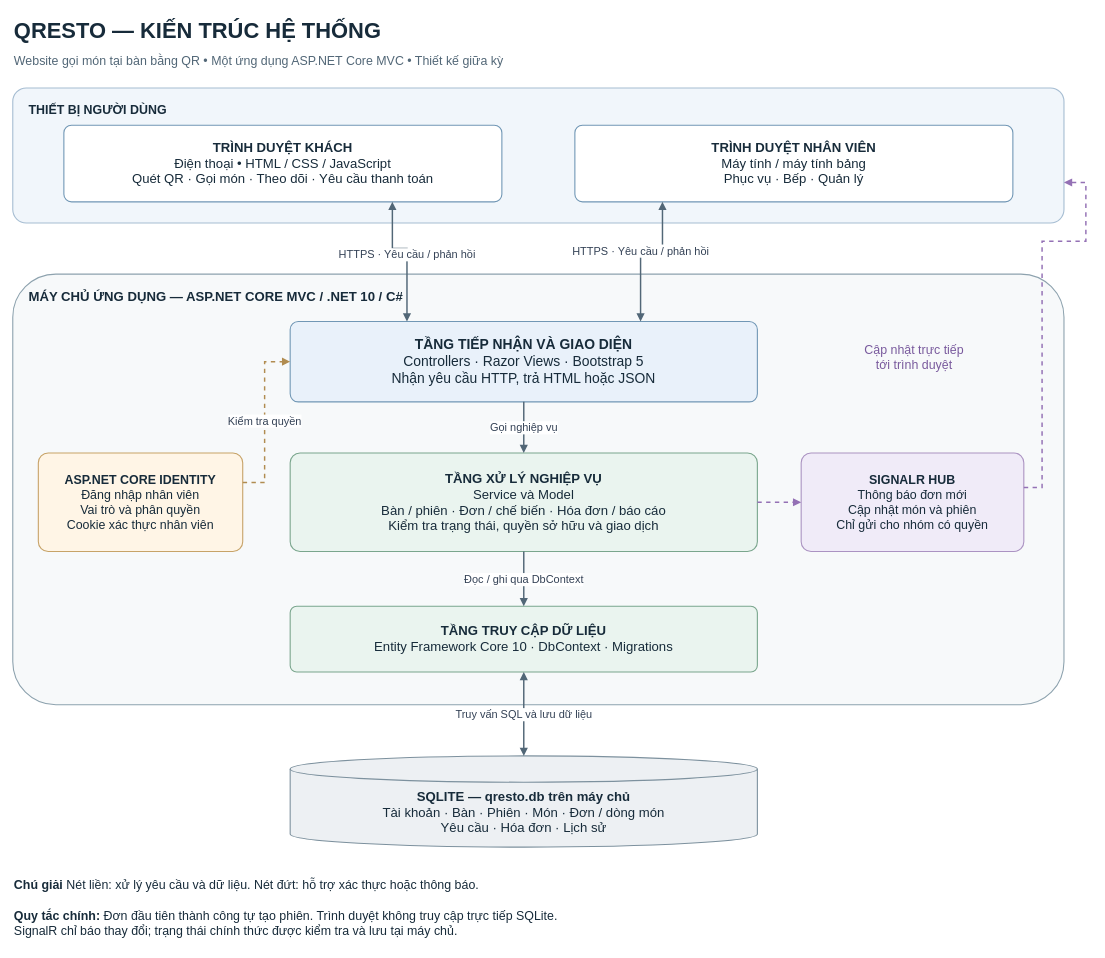
The draw.io diagram docs/giua-ky/so-do/Qresto_Kien_Truc_He_Thong.drawio in Duy26112006/Qresto, before the edit. Source tidied: cells renumbered, new cells numbered last; positions are measured from the earlier drawing's top-left corner, leaving out a move shared by most shapes. Both pictures are drawn from the tidied source at 73%, with x=0, y=0 at pixel (12, 12).
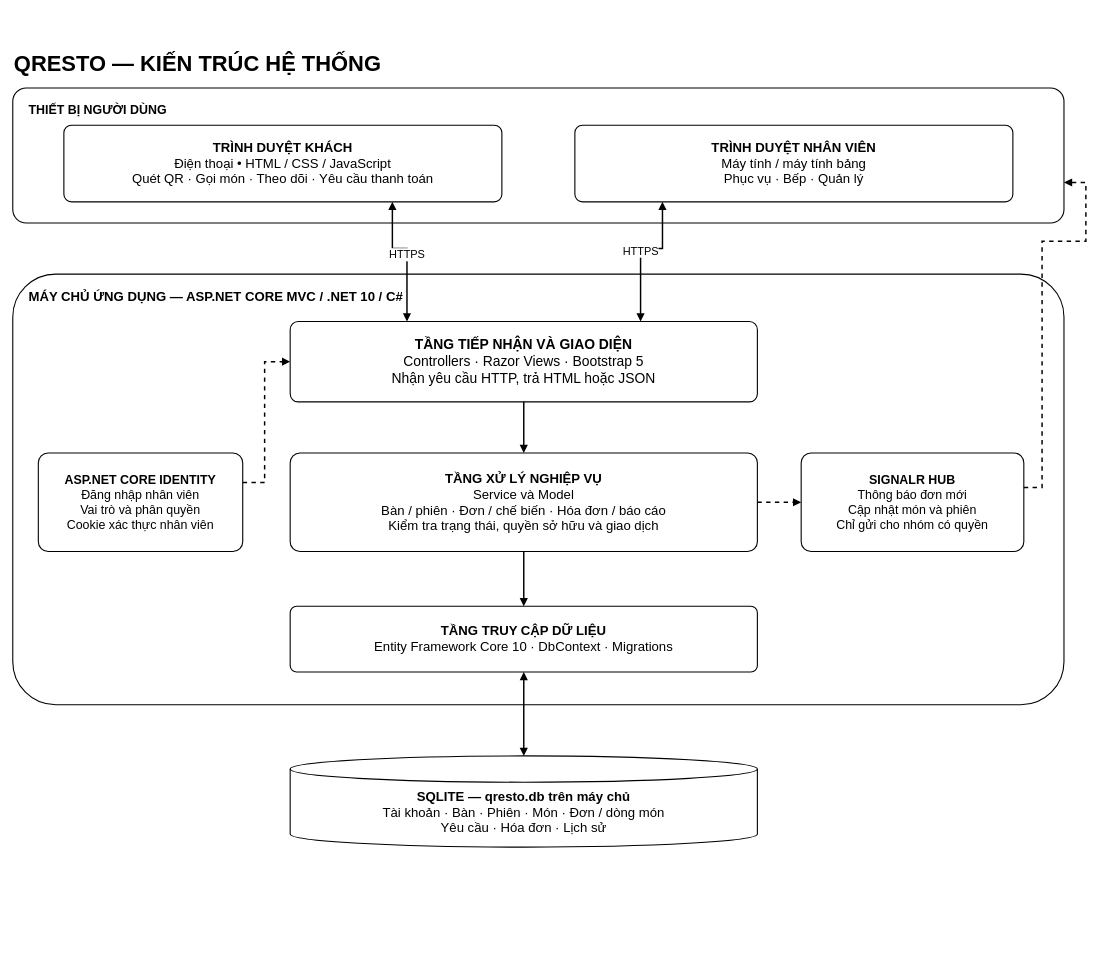
After the change.

What changed in the source:
```diff
@@
-<mxGraphModel>
+<mxGraphModel background="#ffffff">
@@
-    <mxCell id="2" value="&lt;b&gt;QRESTO — KIẾN TRÚC HỆ THỐNG&lt;/b&gt;" style="rounded=1;whiteSpace=wrap;html=1;fontFamily=Arial;fontSize=19;fontColor=#172B3A;strokeWidth=1.5;arcSize=10;fillColor=none;strokeColor=none;fontSize=30;align=left;" parent="1" vertex="1">
-      <mxGeometry width="1440" height="48" as="geometry" />
+    <mxCell id="2" value="&lt;b&gt;QRESTO — KIẾN TRÚC HỆ THỐNG&lt;/b&gt;" style="rounded=1;whiteSpace=wrap;html=1;fontFamily=Arial;fontSize=19;fontColor=#000000;strokeWidth=1.5;arcSize=10;fillColor=none;strokeColor=none;fontSize=30;align=left;" parent="1" vertex="1">
+      <mxGeometry y="45" width="1440" height="48" as="geometry" />
     </mxCell>
-    <mxCell id="3" value="Website gọi món tại bàn bằng QR • Một ứng dụng ASP.NET Core MVC • Thiết kế giữa kỳ" style="rounded=1;whiteSpace=wrap;html=1;fontFamily=Arial;fontSize=19;fontColor=#172B3A;strokeWidth=1.5;arcSize=10;fillColor=none;strokeColor=none;fontSize=17;align=left;fontColor=#526777;" parent="1" vertex="1">
-      <mxGeometry y="53" width="1440" height="28" as="geometry" />
-    </mxCell>
-    <mxCell id="4" value="&lt;b&gt;THIẾT BỊ NGƯỜI DÙNG&lt;/b&gt;" style="rounded=1;whiteSpace=wrap;html=1;fontFamily=Arial;fontSize=19;fontColor=#172B3A;strokeWidth=1.5;arcSize=10;fillColor=#F1F6FB;strokeColor=#A6BDD2;verticalAlign=top;align=left;spacingTop=14;spacingLeft=20;fontSize=17;" parent="1" vertex="1">
+    <mxCell id="4" value="&lt;b&gt;THIẾT BỊ NGƯỜI DÙNG&lt;/b&gt;" style="rounded=1;whiteSpace=wrap;html=1;fontFamily=Arial;fontSize=19;fontColor=#000000;strokeWidth=1.5;arcSize=10;fillColor=#ffffff;strokeColor=#000000;verticalAlign=top;align=left;spacingTop=14;spacingLeft=20;fontSize=17;" parent="1" vertex="1">
       <mxGeometry y="103" width="1440" height="185" as="geometry" />
     </mxCell>
-    <mxCell id="5" value="&lt;b&gt;TRÌNH DUYỆT KHÁCH&lt;/b&gt;&lt;br&gt;Điện thoại • HTML / CSS / JavaScript&lt;br&gt;Quét QR · Gọi món · Theo dõi · Yêu cầu thanh toán" style="rounded=1;whiteSpace=wrap;html=1;fontFamily=Arial;fontSize=19;fontColor=#172B3A;strokeWidth=1.5;arcSize=10;fillColor=#ffffff;strokeColor=#7197B5;fontSize=18;" parent="1" vertex="1">
+    <mxCell id="5" value="&lt;b&gt;TRÌNH DUYỆT KHÁCH&lt;/b&gt;&lt;br&gt;Điện thoại • HTML / CSS / JavaScript&lt;br&gt;Quét QR · Gọi món · Theo dõi · Yêu cầu thanh toán" style="rounded=1;whiteSpace=wrap;html=1;fontFamily=Arial;fontSize=19;fontColor=#000000;strokeWidth=1.5;arcSize=10;fillColor=#ffffff;strokeColor=#000000;fontSize=18;" parent="1" vertex="1">
       <mxGeometry x="70" y="154" width="600" height="105" as="geometry" />
     </mxCell>
-    <mxCell id="6" value="&lt;b&gt;TRÌNH DUYỆT NHÂN VIÊN&lt;/b&gt;&lt;br&gt;Máy tính / máy tính bảng&lt;br&gt;Phục vụ · Bếp · Quản lý" style="rounded=1;whiteSpace=wrap;html=1;fontFamily=Arial;fontSize=19;fontColor=#172B3A;strokeWidth=1.5;arcSize=10;fillColor=#ffffff;strokeColor=#7197B5;fontSize=18;" parent="1" vertex="1">
+    <mxCell id="6" value="&lt;b&gt;TRÌNH DUYỆT NHÂN VIÊN&lt;/b&gt;&lt;br&gt;Máy tính / máy tính bảng&lt;br&gt;Phục vụ · Bếp · Quản lý" style="rounded=1;whiteSpace=wrap;html=1;fontFamily=Arial;fontSize=19;fontColor=#000000;strokeWidth=1.5;arcSize=10;fillColor=#ffffff;strokeColor=#000000;fontSize=18;" parent="1" vertex="1">
       <mxGeometry x="770" y="154" width="600" height="105" as="geometry" />
     </mxCell>
-    <mxCell id="7" value="&lt;b&gt;MÁY CHỦ ỨNG DỤNG — ASP.NET CORE MVC / .NET 10 / C#&lt;/b&gt;" style="rounded=1;whiteSpace=wrap;html=1;fontFamily=Arial;fontSize=19;fontColor=#172B3A;strokeWidth=1.5;arcSize=10;fillColor=#F7F9FA;strokeColor=#8DA2AE;verticalAlign=top;align=left;spacingTop=15;spacingLeft=20;fontSize=18;" parent="1" vertex="1">
+    <mxCell id="7" value="&lt;b&gt;MÁY CHỦ ỨNG DỤNG — ASP.NET CORE MVC / .NET 10 / C#&lt;/b&gt;" style="rounded=1;whiteSpace=wrap;html=1;fontFamily=Arial;fontSize=19;fontColor=#000000;strokeWidth=1.5;arcSize=10;fillColor=#ffffff;strokeColor=#000000;verticalAlign=top;align=left;spacingTop=15;spacingLeft=20;fontSize=18;" parent="1" vertex="1">
       <mxGeometry y="358" width="1440" height="590" as="geometry" />
     </mxCell>
-    <mxCell id="8" value="&lt;b&gt;TẦNG TIẾP NHẬN VÀ GIAO DIỆN&lt;/b&gt;&lt;br&gt;Controllers · Razor Views · Bootstrap 5&lt;br&gt;Nhận yêu cầu HTTP, trả HTML hoặc JSON" style="rounded=1;whiteSpace=wrap;html=1;fontFamily=Arial;fontSize=19;fontColor=#172B3A;strokeWidth=1.5;arcSize=10;fillColor=#E9F1FA;strokeColor=#7197B5;" parent="1" vertex="1">
+    <mxCell id="8" value="&lt;b&gt;TẦNG TIẾP NHẬN VÀ GIAO DIỆN&lt;/b&gt;&lt;br&gt;Controllers · Razor Views · Bootstrap 5&lt;br&gt;Nhận yêu cầu HTTP, trả HTML hoặc JSON" style="rounded=1;whiteSpace=wrap;html=1;fontFamily=Arial;fontSize=19;fontColor=#000000;strokeWidth=1.5;arcSize=10;fillColor=#ffffff;strokeColor=#000000;" parent="1" vertex="1">
       <mxGeometry x="380" y="423" width="640" height="110" as="geometry" />
     </mxCell>
-    <mxCell id="9" value="&lt;b&gt;TẦNG XỬ LÝ NGHIỆP VỤ&lt;/b&gt;&lt;br&gt;Service và Model&lt;br&gt;Bàn / phiên · Đơn / chế biến · Hóa đơn / báo cáo&lt;br&gt;Kiểm tra trạng thái, quyền sở hữu và giao dịch" style="rounded=1;whiteSpace=wrap;html=1;fontFamily=Arial;fontSize=19;fontColor=#172B3A;strokeWidth=1.5;arcSize=10;fillColor=#EAF4EF;strokeColor=#7AA68D;fontSize=18;" parent="1" vertex="1">
+    <mxCell id="9" value="&lt;b&gt;TẦNG XỬ LÝ NGHIỆP VỤ&lt;/b&gt;&lt;br&gt;Service và Model&lt;br&gt;Bàn / phiên · Đơn / chế biến · Hóa đơn / báo cáo&lt;br&gt;Kiểm tra trạng thái, quyền sở hữu và giao dịch" style="rounded=1;whiteSpace=wrap;html=1;fontFamily=Arial;fontSize=19;fontColor=#000000;strokeWidth=1.5;arcSize=10;fillColor=#ffffff;strokeColor=#000000;fontSize=18;" parent="1" vertex="1">
       <mxGeometry x="380" y="603" width="640" height="135" as="geometry" />
     </mxCell>
-    <mxCell id="10" value="&lt;b&gt;ASP.NET CORE IDENTITY&lt;/b&gt;&lt;br&gt;Đăng nhập nhân viên&lt;br&gt;Vai trò và phân quyền&lt;br&gt;Cookie xác thực nhân viên" style="rounded=1;whiteSpace=wrap;html=1;fontFamily=Arial;fontSize=19;fontColor=#172B3A;strokeWidth=1.5;arcSize=10;fillColor=#FFF5E6;strokeColor=#C7A368;fontSize=17;" parent="1" vertex="1">
+    <mxCell id="10" value="&lt;b&gt;ASP.NET CORE IDENTITY&lt;/b&gt;&lt;br&gt;Đăng nhập nhân viên&lt;br&gt;Vai trò và phân quyền&lt;br&gt;Cookie xác thực nhân viên" style="rounded=1;whiteSpace=wrap;html=1;fontFamily=Arial;fontSize=19;fontColor=#000000;strokeWidth=1.5;arcSize=10;fillColor=#ffffff;strokeColor=#000000;fontSize=17;" parent="1" vertex="1">
       <mxGeometry x="35" y="603" width="280" height="135" as="geometry" />
     </mxCell>
-    <mxCell id="11" value="&lt;b&gt;SIGNALR HUB&lt;/b&gt;&lt;br&gt;Thông báo đơn mới&lt;br&gt;Cập nhật món và phiên&lt;br&gt;Chỉ gửi cho nhóm có quyền" style="rounded=1;whiteSpace=wrap;html=1;fontFamily=Arial;fontSize=19;fontColor=#172B3A;strokeWidth=1.5;arcSize=10;fillColor=#F0EBF8;strokeColor=#AB93C2;fontSize=17;" parent="1" vertex="1">
+    <mxCell id="11" value="&lt;b&gt;SIGNALR HUB&lt;/b&gt;&lt;br&gt;Thông báo đơn mới&lt;br&gt;Cập nhật món và phiên&lt;br&gt;Chỉ gửi cho nhóm có quyền" style="rounded=1;whiteSpace=wrap;html=1;fontFamily=Arial;fontSize=19;fontColor=#000000;strokeWidth=1.5;arcSize=10;fillColor=#ffffff;strokeColor=#000000;fontSize=17;" parent="1" vertex="1">
       <mxGeometry x="1080" y="603" width="305" height="135" as="geometry" />
     </mxCell>
-    <mxCell id="12" value="&lt;b&gt;TẦNG TRUY CẬP DỮ LIỆU&lt;/b&gt;&lt;br&gt;Entity Framework Core 10 · DbContext · Migrations" style="rounded=1;whiteSpace=wrap;html=1;fontFamily=Arial;fontSize=19;fontColor=#172B3A;strokeWidth=1.5;arcSize=10;fillColor=#EAF4EF;strokeColor=#7AA68D;fontSize=18;" parent="1" vertex="1">
+    <mxCell id="12" value="&lt;b&gt;TẦNG TRUY CẬP DỮ LIỆU&lt;/b&gt;&lt;br&gt;Entity Framework Core 10 · DbContext · Migrations" style="rounded=1;whiteSpace=wrap;html=1;fontFamily=Arial;fontSize=19;fontColor=#000000;strokeWidth=1.5;arcSize=10;fillColor=#ffffff;strokeColor=#000000;fontSize=18;" parent="1" vertex="1">
       <mxGeometry x="380" y="813" width="640" height="90" as="geometry" />
     </mxCell>
-    <mxCell id="13" value="&lt;b&gt;SQLITE — qresto.db trên máy chủ&lt;/b&gt;&lt;br&gt;Tài khoản · Bàn · Phiên · Món · Đơn / dòng món&lt;br&gt;Yêu cầu · Hóa đơn · Lịch sử" style="rounded=1;whiteSpace=wrap;html=1;fontFamily=Arial;fontSize=19;fontColor=#172B3A;strokeWidth=1.5;arcSize=10;shape=cylinder3;whiteSpace=wrap;boundedLbl=1;backgroundOutline=1;size=18;fillColor=#EDF0F3;strokeColor=#7D919E;fontSize=18;" parent="1" vertex="1">
+    <mxCell id="13" value="&lt;b&gt;SQLITE — qresto.db trên máy chủ&lt;/b&gt;&lt;br&gt;Tài khoản · Bàn · Phiên · Món · Đơn / dòng món&lt;br&gt;Yêu cầu · Hóa đơn · Lịch sử" style="rounded=1;whiteSpace=wrap;html=1;fontFamily=Arial;fontSize=19;fontColor=#000000;strokeWidth=1.5;arcSize=10;shape=cylinder3;whiteSpace=wrap;boundedLbl=1;backgroundOutline=1;size=18;fillColor=#ffffff;strokeColor=#000000;fontSize=18;" parent="1" vertex="1">
       <mxGeometry x="380" y="1018" width="640" height="125" as="geometry" />
     </mxCell>
-    <mxCell id="14" value="HTTPS · Yêu cầu / phản hồi" style="edgeStyle=orthogonalEdgeStyle;rounded=0;html=1;fontFamily=Arial;fontSize=15;fontColor=#334155;strokeColor=#526777;strokeWidth=2;endArrow=block;endFill=1;labelBackgroundColor=#ffffff;startArrow=block;startFill=1;exitX=0.75;exitY=1;entryX=0.25;entryY=0;" parent="1" edge="1" source="5" target="8">
+    <mxCell id="14" value="HTTPS" style="edgeStyle=orthogonalEdgeStyle;rounded=0;html=1;fontFamily=Arial;fontSize=15;fontColor=#000000;strokeColor=#000000;strokeWidth=2;endArrow=block;endFill=1;labelBackgroundColor=#ffffff;startArrow=block;startFill=1;exitX=0.75;exitY=1;entryX=0.25;entryY=0;" parent="1" edge="1" source="5" target="8">
       <mxGeometry relative="1" as="geometry">
         <Array as="points">
           <mxPoint x="520" y="323" />
           <mxPoint x="540" y="323" />
         </Array>
       </mxGeometry>
     </mxCell>
-    <mxCell id="15" value="HTTPS · Yêu cầu / phản hồi" style="edgeStyle=orthogonalEdgeStyle;rounded=0;html=1;fontFamily=Arial;fontSize=15;fontColor=#334155;strokeColor=#526777;strokeWidth=2;endArrow=block;endFill=1;labelBackgroundColor=#ffffff;startArrow=block;startFill=1;exitX=0.2;exitY=1;entryX=0.75;entryY=0;" parent="1" edge="1" source="6" target="8">
+    <mxCell id="15" value="HTTPS" style="edgeStyle=orthogonalEdgeStyle;rounded=0;html=1;fontFamily=Arial;fontSize=15;fontColor=#000000;strokeColor=#000000;strokeWidth=2;endArrow=block;endFill=1;labelBackgroundColor=#ffffff;startArrow=block;startFill=1;exitX=0.2;exitY=1;entryX=0.75;entryY=0;" parent="1" edge="1" source="6" target="8">
       <mxGeometry relative="1" as="geometry">
         <Array as="points">
           <mxPoint x="890" y="323" />
           <mxPoint x="860" y="323" />
         </Array>
       </mxGeometry>
     </mxCell>
-    <mxCell id="16" value="Gọi nghiệp vụ" style="edgeStyle=orthogonalEdgeStyle;rounded=0;html=1;fontFamily=Arial;fontSize=15;fontColor=#334155;strokeColor=#526777;strokeWidth=2;endArrow=block;endFill=1;labelBackgroundColor=#ffffff;exitX=0.5;exitY=1;entryX=0.5;entryY=0;" parent="1" edge="1" source="8" target="9">
+    <mxCell id="16" style="edgeStyle=orthogonalEdgeStyle;rounded=0;html=1;fontFamily=Arial;fontSize=15;fontColor=#000000;strokeColor=#000000;strokeWidth=2;endArrow=block;endFill=1;labelBackgroundColor=#ffffff;exitX=0.5;exitY=1;entryX=0.5;entryY=0;" parent="1" edge="1" source="8" target="9">
       <mxGeometry relative="1" as="geometry" />
     </mxCell>
-    <mxCell id="17" value="Đọc / ghi qua DbContext" style="edgeStyle=orthogonalEdgeStyle;rounded=0;html=1;fontFamily=Arial;fontSize=15;fontColor=#334155;strokeColor=#526777;strokeWidth=2;endArrow=block;endFill=1;labelBackgroundColor=#ffffff;exitX=0.5;exitY=1;entryX=0.5;entryY=0;" parent="1" edge="1" source="9" target="12">
+    <mxCell id="17" style="edgeStyle=orthogonalEdgeStyle;rounded=0;html=1;fontFamily=Arial;fontSize=15;fontColor=#000000;strokeColor=#000000;strokeWidth=2;endArrow=block;endFill=1;labelBackgroundColor=#ffffff;exitX=0.5;exitY=1;entryX=0.5;entryY=0;" parent="1" edge="1" source="9" target="12">
       <mxGeometry relative="1" as="geometry" />
     </mxCell>
-    <mxCell id="18" value="Truy vấn SQL và lưu dữ liệu" style="edgeStyle=orthogonalEdgeStyle;rounded=0;html=1;fontFamily=Arial;fontSize=15;fontColor=#334155;strokeColor=#526777;strokeWidth=2;endArrow=block;endFill=1;labelBackgroundColor=#ffffff;startArrow=block;startFill=1;exitX=0.5;exitY=1;entryX=0.5;entryY=0;" parent="1" edge="1" source="12" target="13">
+    <mxCell id="18" style="edgeStyle=orthogonalEdgeStyle;rounded=0;html=1;fontFamily=Arial;fontSize=15;fontColor=#000000;strokeColor=#000000;strokeWidth=2;endArrow=block;endFill=1;labelBackgroundColor=#ffffff;startArrow=block;startFill=1;exitX=0.5;exitY=1;entryX=0.5;entryY=0;" parent="1" edge="1" source="12" target="13">
       <mxGeometry relative="1" as="geometry" />
     </mxCell>
-    <mxCell id="19" value="Kiểm tra quyền" style="edgeStyle=orthogonalEdgeStyle;rounded=0;html=1;fontFamily=Arial;fontSize=15;fontColor=#334155;strokeColor=#526777;strokeWidth=2;endArrow=block;endFill=1;labelBackgroundColor=#ffffff;dashed=1;strokeColor=#B18C50;exitX=1;exitY=0.3;entryX=0;entryY=0.5;" parent="1" edge="1" source="10" target="8">
+    <mxCell id="19" style="edgeStyle=orthogonalEdgeStyle;rounded=0;html=1;fontFamily=Arial;fontSize=15;fontColor=#000000;strokeColor=#000000;strokeWidth=2;endArrow=block;endFill=1;labelBackgroundColor=#ffffff;dashed=1;strokeColor=#000000;exitX=1;exitY=0.3;entryX=0;entryY=0.5;" parent="1" edge="1" source="10" target="8">
       <mxGeometry relative="1" as="geometry">
         <Array as="points">
           <mxPoint x="345" y="643" />
           <mxPoint x="345" y="478" />
         </Array>
       </mxGeometry>
     </mxCell>
-    <mxCell id="20" style="edgeStyle=orthogonalEdgeStyle;rounded=0;html=1;fontFamily=Arial;fontSize=15;fontColor=#334155;strokeColor=#526777;strokeWidth=2;endArrow=block;endFill=1;labelBackgroundColor=#ffffff;dashed=1;strokeColor=#9471B5;exitX=1;exitY=0.5;entryX=0;entryY=0.5;" parent="1" edge="1" source="9" target="11">
+    <mxCell id="20" style="edgeStyle=orthogonalEdgeStyle;rounded=0;html=1;fontFamily=Arial;fontSize=15;fontColor=#000000;strokeColor=#000000;strokeWidth=2;endArrow=block;endFill=1;labelBackgroundColor=#ffffff;dashed=1;strokeColor=#000000;exitX=1;exitY=0.5;entryX=0;entryY=0.5;" parent="1" edge="1" source="9" target="11">
       <mxGeometry relative="1" as="geometry" />
     </mxCell>
-    <mxCell id="21" style="edgeStyle=orthogonalEdgeStyle;rounded=0;html=1;fontFamily=Arial;fontSize=15;fontColor=#334155;strokeColor=#526777;strokeWidth=2;endArrow=block;endFill=1;labelBackgroundColor=#ffffff;dashed=1;strokeColor=#9471B5;exitX=1;exitY=0.35;entryX=1;entryY=0.7;" parent="1" edge="1" source="11" target="4">
+    <mxCell id="21" style="edgeStyle=orthogonalEdgeStyle;rounded=0;html=1;fontFamily=Arial;fontSize=15;fontColor=#000000;strokeColor=#000000;strokeWidth=2;endArrow=block;endFill=1;labelBackgroundColor=#ffffff;dashed=1;strokeColor=#000000;exitX=1;exitY=0.35;entryX=1;entryY=0.7;" parent="1" edge="1" source="11" target="4">
       <mxGeometry relative="1" as="geometry">
         <Array as="points">
           <mxPoint x="1410" y="650" />
           <mxPoint x="1410" y="313" />
           <mxPoint x="1470" y="313" />
           <mxPoint x="1470" y="233" />
         </Array>
       </mxGeometry>
     </mxCell>
-    <mxCell id="22" value="Cập nhật trực tiếp&lt;br&gt;tới trình duyệt" style="rounded=1;whiteSpace=wrap;html=1;fontFamily=Arial;fontSize=19;fontColor=#172B3A;strokeWidth=1.5;arcSize=10;fillColor=none;strokeColor=none;fontColor=#795A9D;fontSize=17;" parent="1" vertex="1">
-      <mxGeometry x="1110" y="443" width="250" height="60" as="geometry" />
-    </mxCell>
-    <mxCell id="23" value="&lt;b&gt;Chú giải&lt;/b&gt;  Nét liền: xử lý yêu cầu và dữ liệu.  Nét đứt: hỗ trợ xác thực hoặc thông báo." style="rounded=1;whiteSpace=wrap;html=1;fontFamily=Arial;fontSize=19;fontColor=#172B3A;strokeWidth=1.5;arcSize=10;fillColor=none;strokeColor=none;fontSize=17;align=left;" parent="1" vertex="1">
-      <mxGeometry y="1178" width="1440" height="35" as="geometry" />
-    </mxCell>
-    <mxCell id="24" value="&lt;b&gt;Quy tắc chính:&lt;/b&gt; Đơn đầu tiên thành công tự tạo phiên. Trình duyệt không truy cập trực tiếp SQLite.&lt;br&gt;SignalR chỉ báo thay đổi; trạng thái chính thức được kiểm tra và lưu tại máy chủ." style="rounded=1;whiteSpace=wrap;html=1;fontFamily=Arial;fontSize=19;fontColor=#172B3A;strokeWidth=1.5;arcSize=10;fillColor=none;strokeColor=none;fontSize=17;align=left;" parent="1" vertex="1">
-      <mxGeometry y="1218" width="1440" height="60" as="geometry" />
-    </mxCell>
```
